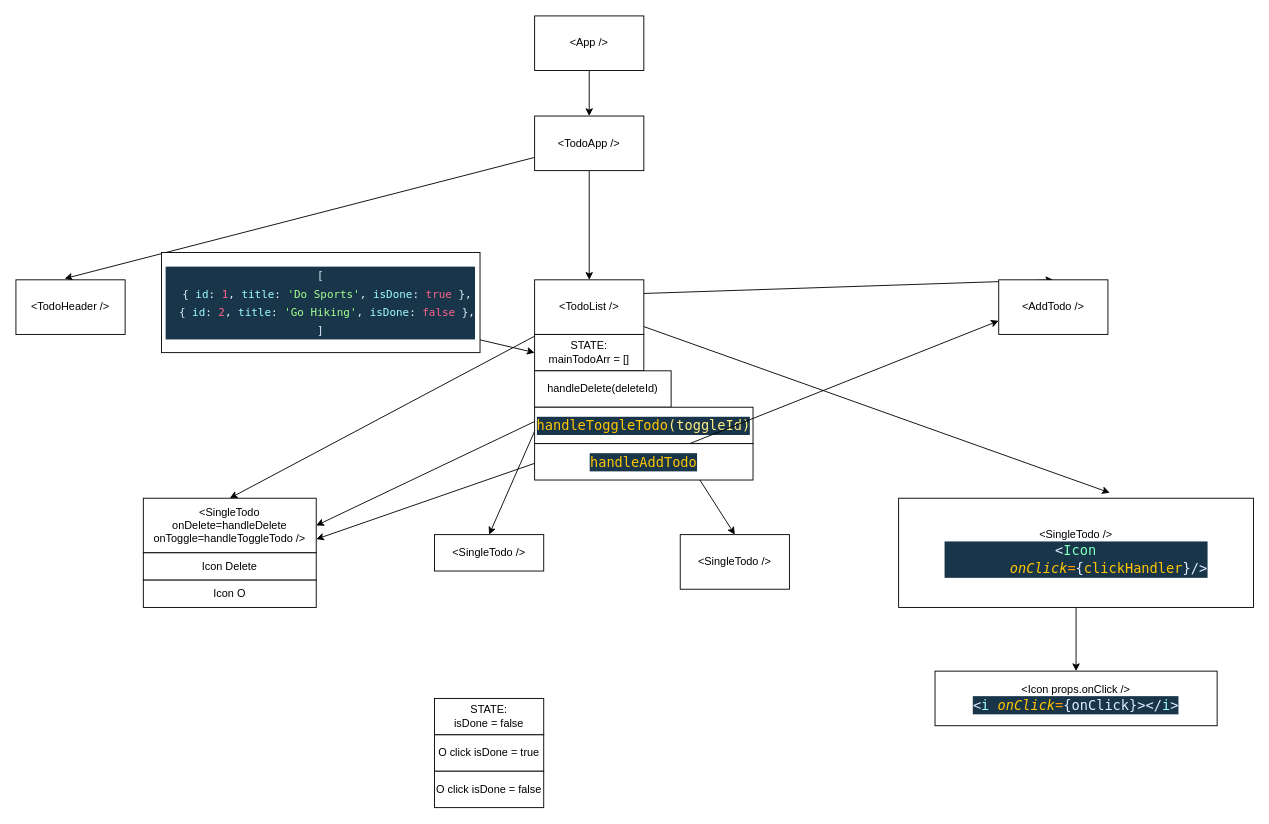
Above: diagram.drawio in Stasysj/type8-react-06-props-forms-todo (draw.io), before the change. Source tidied: cells renumbered, new cells numbered last; positions are measured from the earlier drawing's top-left corner, leaving out a move shared by most shapes. Both pictures are drawn from the tidied source at 91%, with x=0, y=0 at pixel (15, 15).
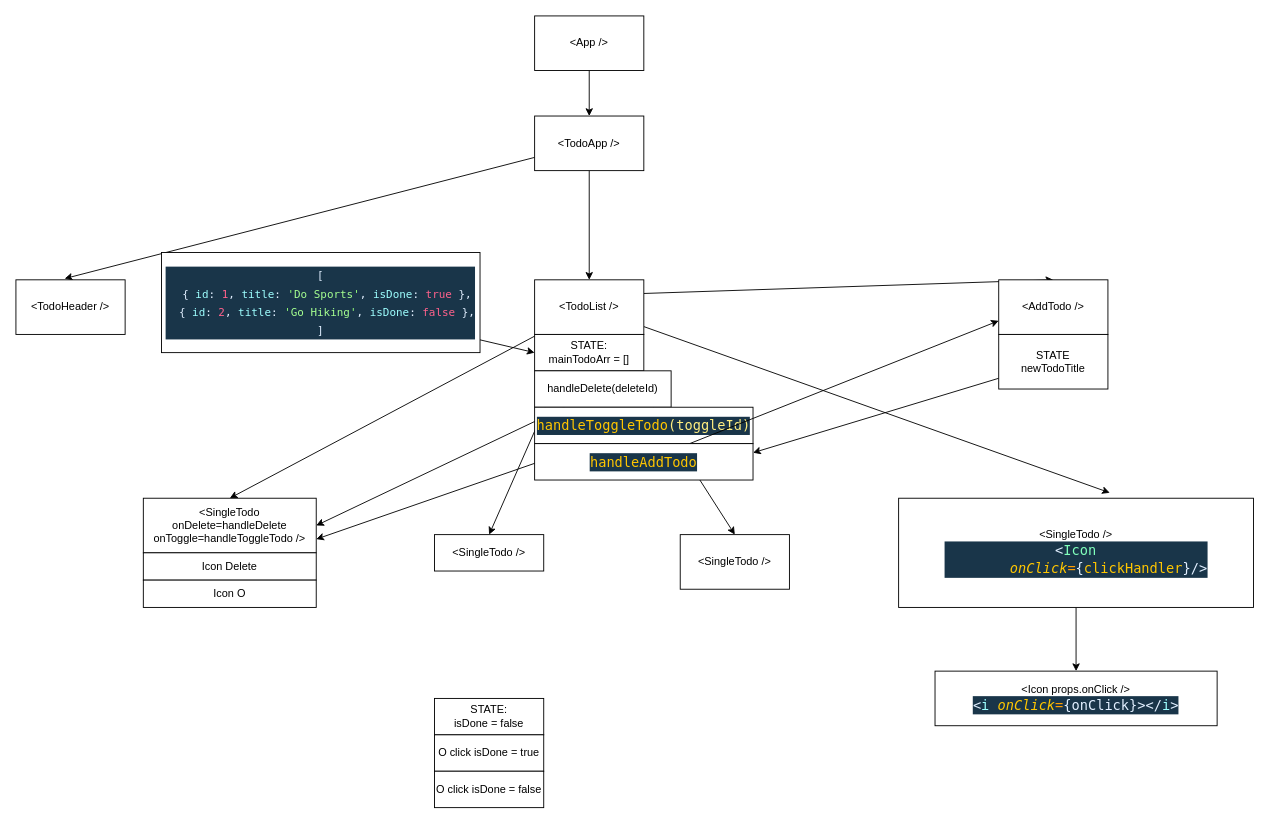
After the change.

Unchanged cells that the change refers to:
```xml
<mxCell id="34" value="&lt;div style=&quot;color: rgb(255 , 255 , 255) ; background-color: rgb(25 , 53 , 73) ; font-family: &amp;#34;cascadia code&amp;#34; , &amp;#34;menlo&amp;#34; , &amp;#34;monaco&amp;#34; , &amp;#34;courier new&amp;#34; , monospace , &amp;#34;consolas&amp;#34; , &amp;#34;courier new&amp;#34; , monospace ; font-size: 15px ; line-height: 20px&quot;&gt;&lt;div style=&quot;font-family: &amp;#34;cascadia code&amp;#34; , &amp;#34;menlo&amp;#34; , &amp;#34;monaco&amp;#34; , &amp;#34;courier new&amp;#34; , monospace , &amp;#34;consolas&amp;#34; , &amp;#34;courier new&amp;#34; , monospace ; line-height: 20px&quot;&gt;&lt;span style=&quot;color: #ffc600&quot;&gt;handleAddTodo&lt;/span&gt;&lt;/div&gt;&lt;/div&gt;" style="rounded=0;whiteSpace=wrap;html=1;" parent="1" vertex="1">
  <mxGeometry x="570" y="470" width="240" height="40" as="geometry" />
</mxCell>
```

Change to the diagram source:
```diff
@@
+    <mxCell id="35" style="edgeStyle=none;html=1;entryX=1;entryY=0.25;entryDx=0;entryDy=0;" parent="1" edge="1" source="36" target="34">
+      <mxGeometry relative="1" as="geometry" />
+    </mxCell>
+    <mxCell id="36" value="STATE&lt;br&gt;newTodoTitle" style="rounded=0;whiteSpace=wrap;html=1;" parent="1" vertex="1">
+      <mxGeometry x="1080" y="350" width="120" height="60" as="geometry" />
+    </mxCell>
```
